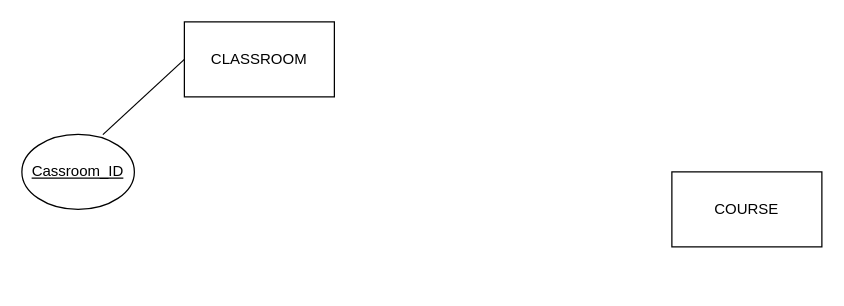
Above: class_assesment.drawio in felipediaz/school (draw.io), before the change. Source tidied: cells renumbered, new cells numbered last; positions are measured from the earlier drawing's top-left corner, leaving out a move shared by most shapes. Both pictures are drawn from the tidied source at 125%, with x=0, y=0 at pixel (21, 21).
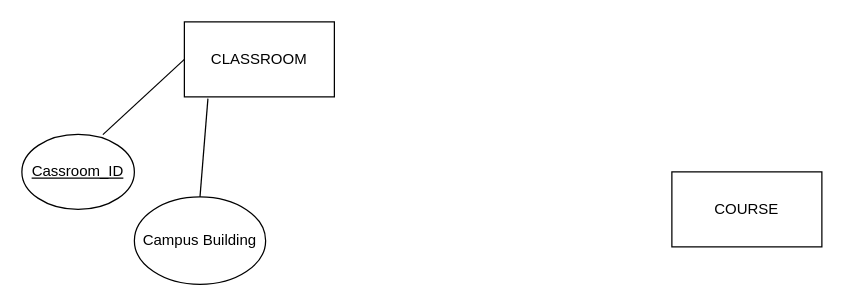
The same page after the edit.

What changed in the source:
```diff
@@
 <mxGraphModel>
   <root>
     <mxCell id="0" />
     <mxCell id="1" parent="0" />
     <mxCell id="2" value="CLASSROOM" style="rounded=0;whiteSpace=wrap;html=1;" parent="1" vertex="1">
       <mxGeometry x="130" width="120" height="60" as="geometry" />
     </mxCell>
     <mxCell id="3" value="COURSE" style="rounded=0;whiteSpace=wrap;html=1;" parent="1" vertex="1">
       <mxGeometry x="520" y="120" width="120" height="60" as="geometry" />
     </mxCell>
     <mxCell id="4" value="&lt;u&gt;Cassroom_ID&lt;/u&gt;" style="ellipse;whiteSpace=wrap;html=1;" parent="1" vertex="1">
       <mxGeometry y="90" width="90" height="60" as="geometry" />
     </mxCell>
     <mxCell id="5" style="endArrow=none;html=1;exitX=0.72;exitY=0.003;exitDx=0;exitDy=0;exitPerimeter=0;" parent="1" edge="1" source="4">
       <mxGeometry relative="1" as="geometry">
         <mxPoint x="130" y="30" as="targetPoint" />
       </mxGeometry>
     </mxCell>
+    <mxCell id="6" value="Campus Building" style="ellipse;whiteSpace=wrap;html=1;" parent="1" vertex="1">
+      <mxGeometry x="90" y="140" width="105" height="70" as="geometry" />
+    </mxCell>
+    <mxCell id="7" style="endArrow=none;html=1;exitX=0.5;exitY=0;exitDx=0;exitDy=0;entryX=0.157;entryY=1.023;entryDx=0;entryDy=0;entryPerimeter=0;" parent="1" edge="1" source="6" target="2">
+      <mxGeometry relative="1" as="geometry" />
+    </mxCell>
   </root>
 </mxGraphModel>
```
